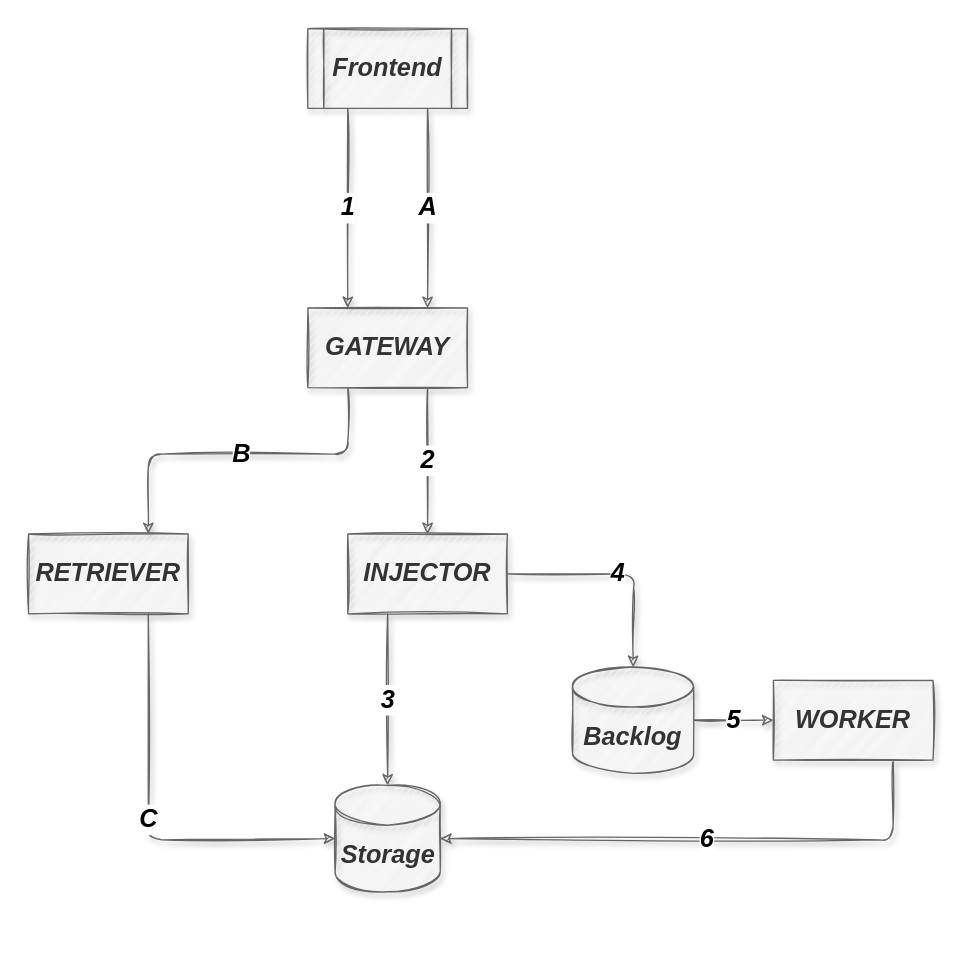
Above: Architecture.drawio in mes1234/Organizer (draw.io), before the change. Source tidied: cells renumbered, new cells numbered last; positions are measured from the earlier drawing's top-left corner, leaving out a move shared by most shapes. Both pictures are drawn from the tidied source at 133%, with x=0, y=0 at pixel (28, 28).
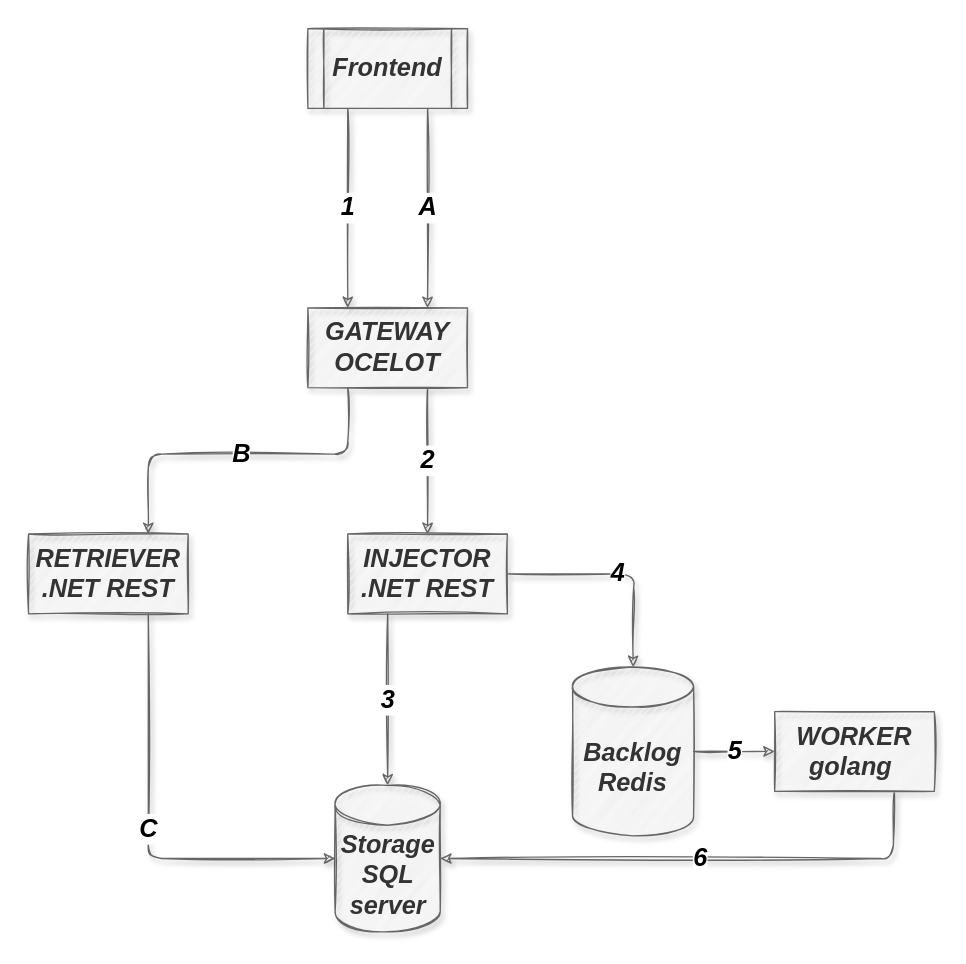
After the change.

Change to the diagram source:
```diff
@@
-    <mxCell id="5" value="Storage" style="shape=cylinder3;whiteSpace=wrap;html=1;boundedLbl=1;backgroundOutline=1;size=15;shadow=1;sketch=1;labelBackgroundColor=none;fontSize=19;fontColor=#333333;fillColor=#f5f5f5;strokeColor=#666666;fontStyle=3;" parent="1" vertex="1">
-      <mxGeometry x="230.5" y="569" width="79" height="80" as="geometry" />
+    <mxCell id="5" value="Storage&lt;br&gt;SQL server" style="shape=cylinder3;whiteSpace=wrap;html=1;boundedLbl=1;backgroundOutline=1;size=15;shadow=1;sketch=1;labelBackgroundColor=none;fontSize=19;fontColor=#333333;fillColor=#f5f5f5;strokeColor=#666666;fontStyle=3;" parent="1" vertex="1">
+      <mxGeometry x="230.5" y="569" width="79" height="110" as="geometry" />
     </mxCell>
@@
-    <mxCell id="7" value="Backlog" style="shape=cylinder3;whiteSpace=wrap;html=1;boundedLbl=1;backgroundOutline=1;size=15;shadow=1;sketch=1;labelBackgroundColor=none;fontSize=19;fontColor=#333333;fillColor=#f5f5f5;strokeColor=#666666;fontStyle=3;" parent="1" vertex="1">
-      <mxGeometry x="409" y="480" width="91" height="80" as="geometry" />
+    <mxCell id="7" value="Backlog&lt;br&gt;Redis" style="shape=cylinder3;whiteSpace=wrap;html=1;boundedLbl=1;backgroundOutline=1;size=15;shadow=1;sketch=1;labelBackgroundColor=none;fontSize=19;fontColor=#333333;fillColor=#f5f5f5;strokeColor=#666666;fontStyle=3;" parent="1" vertex="1">
+      <mxGeometry x="409" y="480" width="91" height="127" as="geometry" />
     </mxCell>
@@
-    <mxCell id="10" value="GATEWAY" style="rounded=0;whiteSpace=wrap;html=1;shadow=1;sketch=1;labelBackgroundColor=none;fontSize=19;fontColor=#333333;fillColor=#f5f5f5;strokeColor=#666666;fontStyle=3;" parent="1" vertex="1">
+    <mxCell id="10" value="GATEWAY&lt;br&gt;OCELOT" style="rounded=0;whiteSpace=wrap;html=1;shadow=1;sketch=1;labelBackgroundColor=none;fontSize=19;fontColor=#333333;fillColor=#f5f5f5;strokeColor=#666666;fontStyle=3;" parent="1" vertex="1">
       <mxGeometry x="210" y="210" width="120" height="60" as="geometry" />
     </mxCell>
@@
-    <mxCell id="13" value="INJECTOR" style="rounded=0;whiteSpace=wrap;html=1;shadow=1;sketch=1;labelBackgroundColor=none;fontSize=19;fontColor=#333333;fillColor=#f5f5f5;strokeColor=#666666;fontStyle=3;" parent="1" vertex="1">
+    <mxCell id="13" value="INJECTOR&lt;br&gt;.NET REST" style="rounded=0;whiteSpace=wrap;html=1;shadow=1;sketch=1;labelBackgroundColor=none;fontSize=19;fontColor=#333333;fillColor=#f5f5f5;strokeColor=#666666;fontStyle=3;" parent="1" vertex="1">
       <mxGeometry x="240" y="380" width="120" height="60" as="geometry" />
     </mxCell>
     <mxCell id="14" value="C" style="edgeStyle=none;html=1;exitX=0.75;exitY=1;exitDx=0;exitDy=0;entryX=0;entryY=0.5;entryDx=0;entryDy=0;entryPerimeter=0;shadow=1;sketch=1;fontSize=19;fontColor=#000000;fillColor=#f5f5f5;strokeColor=#666666;fontStyle=3;labelBackgroundColor=#FFFFFF;" parent="1" edge="1" source="15" target="5">
       <mxGeometry relative="1" as="geometry">
         <Array as="points">
-          <mxPoint x="90" y="610" />
+          <mxPoint x="90" y="624" />
         </Array>
       </mxGeometry>
     </mxCell>
-    <mxCell id="15" value="RETRIEVER" style="rounded=0;whiteSpace=wrap;html=1;shadow=1;sketch=1;labelBackgroundColor=none;fontSize=19;fontColor=#333333;fillColor=#f5f5f5;strokeColor=#666666;fontStyle=3;" parent="1" vertex="1">
+    <mxCell id="15" value="RETRIEVER&lt;br&gt;.NET REST" style="rounded=0;whiteSpace=wrap;html=1;shadow=1;sketch=1;labelBackgroundColor=none;fontSize=19;fontColor=#333333;fillColor=#f5f5f5;strokeColor=#666666;fontStyle=3;" parent="1" vertex="1">
       <mxGeometry y="380" width="120" height="60" as="geometry" />
     </mxCell>
     <mxCell id="16" value="6" style="edgeStyle=none;html=1;exitX=0.75;exitY=1;exitDx=0;exitDy=0;entryX=1;entryY=0.5;entryDx=0;entryDy=0;entryPerimeter=0;shadow=1;sketch=1;fontSize=19;fontColor=#000000;fillColor=#f5f5f5;strokeColor=#666666;fontStyle=3;labelBackgroundColor=#FFFFFF;" parent="1" edge="1" source="17" target="5">
       <mxGeometry relative="1" as="geometry">
         <Array as="points">
-          <mxPoint x="650" y="610" />
+          <mxPoint x="650" y="624" />
         </Array>
       </mxGeometry>
     </mxCell>
-    <mxCell id="17" value="WORKER" style="rounded=0;whiteSpace=wrap;html=1;shadow=1;sketch=1;labelBackgroundColor=none;fontSize=19;fontColor=#333333;fillColor=#f5f5f5;strokeColor=#666666;fontStyle=3;" parent="1" vertex="1">
-      <mxGeometry x="560" y="490" width="120" height="60" as="geometry" />
+    <mxCell id="17" value="WORKER&lt;br&gt;golang&amp;nbsp;" style="rounded=0;whiteSpace=wrap;html=1;shadow=1;sketch=1;labelBackgroundColor=none;fontSize=19;fontColor=#333333;fillColor=#f5f5f5;strokeColor=#666666;fontStyle=3;" parent="1" vertex="1">
+      <mxGeometry x="561" y="513.5" width="120" height="60" as="geometry" />
     </mxCell>
```
